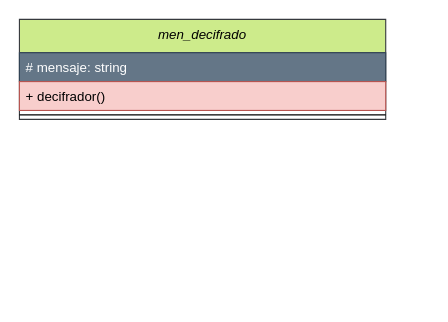
The draw.io diagram Puzzles.drawio in Alfonso18Feb/Classes-POO.Ind1, before the edit. Source tidied: cells renumbered, new cells numbered last; positions are measured from the earlier drawing's top-left corner, leaving out a move shared by most shapes. Both pictures are drawn from the tidied source at 111%, with x=0, y=0 at pixel (19, 19).
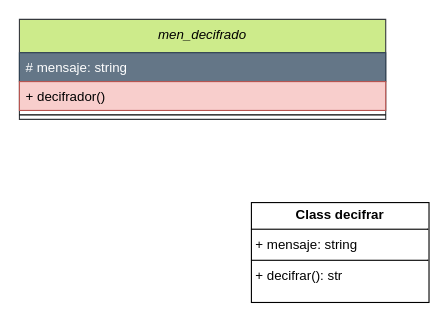
The same diagram, later.

Change to the diagram source:
```diff
@@
 <mxGraphModel>
   <root>
     <mxCell id="0" />
     <mxCell id="1" parent="0" />
     <mxCell id="2" value="men_decifrado" style="swimlane;fontStyle=2;align=center;verticalAlign=top;horizontal=1;startSize=30;rounded=0;shadow=0;strokeWidth=1;fillColor=#cdeb8b;strokeColor=#36393d;" parent="1" vertex="1">
       <mxGeometry width="330" height="90" as="geometry" />
     </mxCell>
     <mxCell id="3" value="# mensaje: string" style="text;align=left;verticalAlign=top;spacingLeft=4;spacingRight=4;overflow=hidden;fillColor=#647687;fontColor=#ffffff;strokeColor=#314354;" parent="2" vertex="1">
       <mxGeometry y="30" width="330" height="26" as="geometry" />
     </mxCell>
     <mxCell id="4" value="+ decifrador()" style="text;align=left;verticalAlign=top;spacingLeft=4;spacingRight=4;overflow=hidden;rounded=0;shadow=0;html=0;fillColor=#f8cecc;strokeColor=#b85450;" parent="2" vertex="1">
       <mxGeometry y="56" width="330" height="26" as="geometry" />
     </mxCell>
     <mxCell id="5" style="line;html=1;strokeWidth=1;align=left;verticalAlign=middle;spacingTop=-1;spacingLeft=3;spacingRight=3;labelPosition=right;" parent="2" vertex="1">
       <mxGeometry y="82" width="330" height="8" as="geometry" />
     </mxCell>
+    <mxCell id="6" value="&lt;p style=&quot;margin:0px;margin-top:4px;text-align:center;&quot;&gt;&lt;b&gt;Class decifrar&lt;/b&gt;&lt;/p&gt;&lt;hr size=&quot;1&quot; style=&quot;border-style:solid;&quot;&gt;&lt;p style=&quot;margin:0px;margin-left:4px;&quot;&gt;+ mensaje: string&lt;/p&gt;&lt;hr size=&quot;1&quot; style=&quot;border-style:solid;&quot;&gt;&lt;p style=&quot;margin:0px;margin-left:4px;&quot;&gt;+ decifrar(): str&lt;/p&gt;" style="verticalAlign=top;align=left;overflow=fill;html=1;whiteSpace=wrap;" parent="1" vertex="1">
+      <mxGeometry x="209" y="165" width="160" height="90" as="geometry" />
+    </mxCell>
   </root>
 </mxGraphModel>
```
